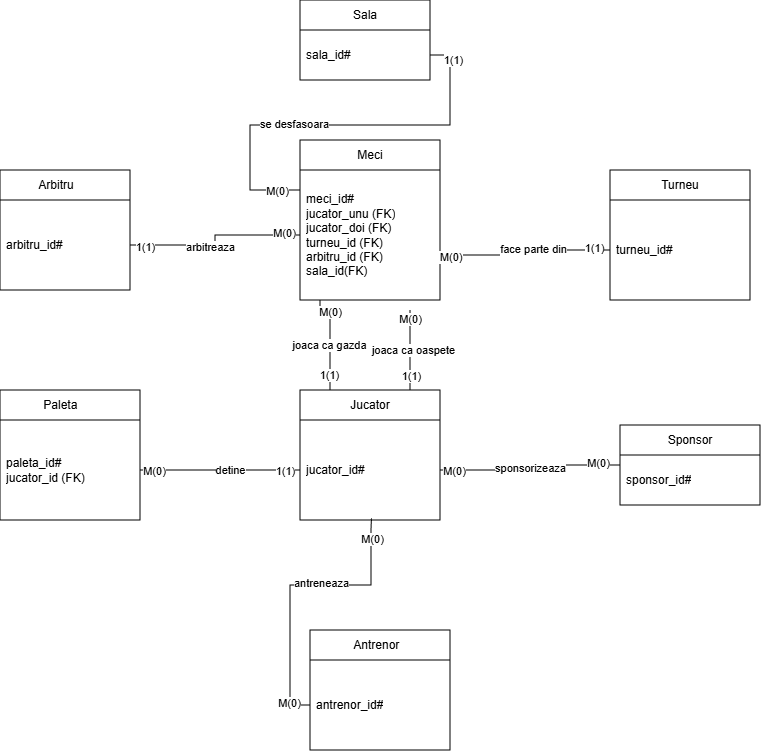
and-11/Table-Tenis-SGBD-Project keeps this draw.io diagram as ERD Turneu Tenis de masa.drawio.png. Above is the earlier version. Source tidied: cells renumbered, new cells last; positions are measured from the earlier drawing's top-left corner, leaving out a move shared by most shapes.
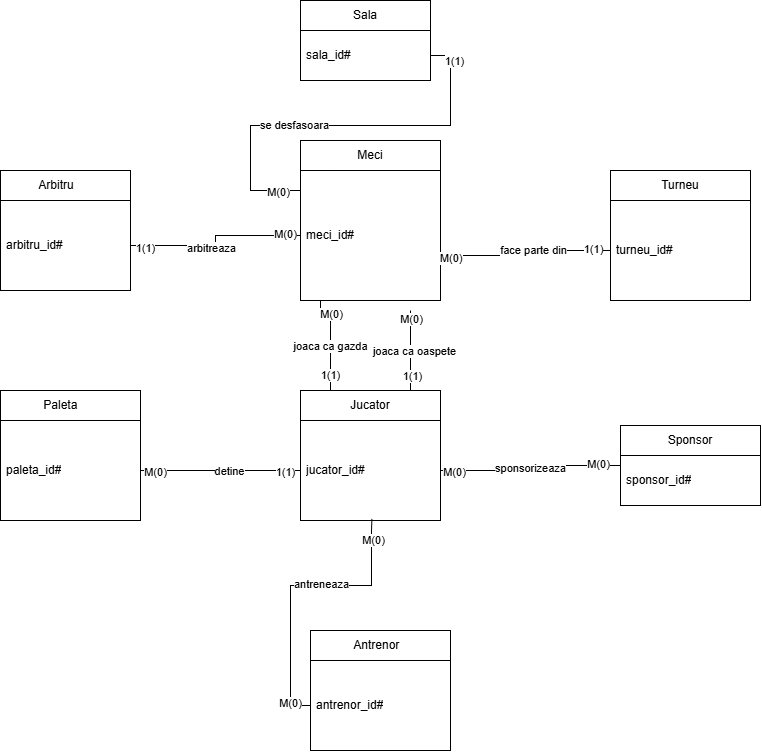
Above is the later version.

The edit, as a diff of the source:
```diff
@@ -17,13 +17,13 @@
     <mxCell id="6" value="&lt;span style=&quot;white-space: pre;&quot;&gt;Paleta&#9;&lt;/span&gt;" style="swimlane;fontStyle=0;horizontal=1;startSize=30;whiteSpace=wrap;html=1;" parent="1" vertex="1">
       <mxGeometry y="390" width="140" height="130" as="geometry" />
     </mxCell>
-    <mxCell id="7" value="&lt;div&gt;paleta_id#&lt;/div&gt;&lt;div&gt;jucator_id (FK)&lt;/div&gt;" style="text;strokeColor=none;fillColor=none;align=left;verticalAlign=middle;spacingLeft=4;spacingRight=4;overflow=hidden;points=[[0,0.5],[1,0.5]];portConstraint=eastwest;whiteSpace=wrap;html=1;" parent="6" vertex="1">
+    <mxCell id="7" value="&lt;div&gt;paleta_id#&lt;/div&gt;" style="text;strokeColor=none;fillColor=none;align=left;verticalAlign=middle;spacingLeft=4;spacingRight=4;overflow=hidden;points=[[0,0.5],[1,0.5]];portConstraint=eastwest;whiteSpace=wrap;html=1;" parent="6" vertex="1">
       <mxGeometry y="30" width="140" height="100" as="geometry" />
     </mxCell>
     <mxCell id="8" value="Meci" style="swimlane;fontStyle=0;horizontal=1;startSize=30;whiteSpace=wrap;html=1;" parent="1" vertex="1">
       <mxGeometry x="300" y="140" width="140" height="160" as="geometry" />
     </mxCell>
-    <mxCell id="9" value="&lt;div&gt;meci_id#&lt;/div&gt;&lt;div&gt;jucator_unu (FK)&lt;/div&gt;&lt;div&gt;jucator_doi (FK)&lt;/div&gt;&lt;div&gt;turneu_id (FK)&lt;/div&gt;&lt;div&gt;arbitru_id (FK)&lt;/div&gt;&lt;div&gt;sala_id(FK)&lt;/div&gt;" style="text;strokeColor=none;fillColor=none;align=left;verticalAlign=middle;spacingLeft=4;spacingRight=4;overflow=hidden;points=[[0,0.5],[1,0.5]];portConstraint=eastwest;whiteSpace=wrap;html=1;" parent="8" vertex="1">
+    <mxCell id="9" value="meci_id#" style="text;strokeColor=none;fillColor=none;align=left;verticalAlign=middle;spacingLeft=4;spacingRight=4;overflow=hidden;points=[[0,0.5],[1,0.5]];portConstraint=eastwest;whiteSpace=wrap;html=1;" parent="8" vertex="1">
       <mxGeometry y="30" width="140" height="130" as="geometry" />
     </mxCell>
     <mxCell id="10" value="Jucator" style="swimlane;fontStyle=0;horizontal=1;startSize=30;whiteSpace=wrap;html=1;" parent="1" vertex="1">
```
